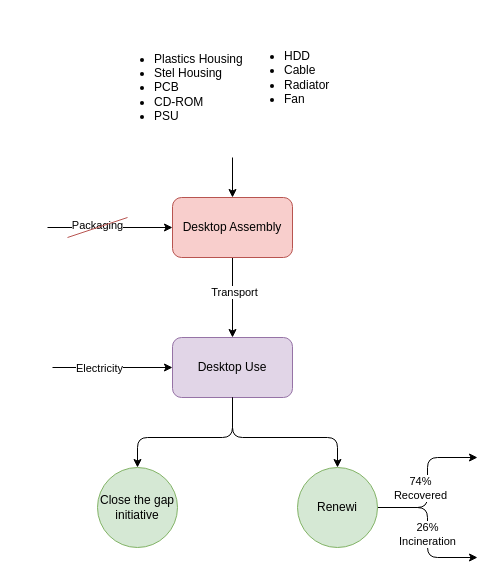
This is page "Desktop" (2 of 5) of process/hardware_KUL.drawio from Tfloow/Ecodesign, a draw.io file, before an edit. Source tidied: cells renumbered, new cells numbered last; positions are measured from the earlier drawing's top-left corner, leaving out a move shared by most shapes. Both pictures are drawn from the tidied source at 100%, with x=0, y=0 at pixel (47, 17).
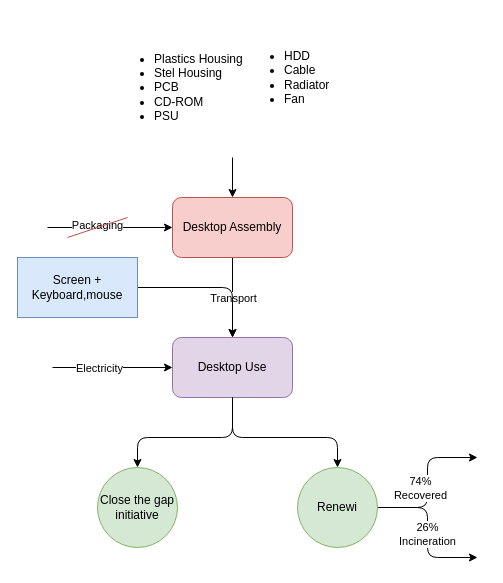
After the change.

The change refers to these unchanged cells:
```xml
<mxCell id="2" style="edgeStyle=none;html=1;entryX=0.5;entryY=0;entryDx=0;entryDy=0;" parent="1" edge="1" source="4" target="7">
  <mxGeometry relative="1" as="geometry" />
</mxCell>
<mxCell id="7" value="Desktop Use" style="rounded=1;whiteSpace=wrap;html=1;fillColor=#e1d5e7;strokeColor=#9673a6;" parent="1" vertex="1">
  <mxGeometry x="125" y="320" width="120" height="60" as="geometry" />
</mxCell>
```

The edit, as a diff of the source:
```diff
@@
     <mxCell id="3" value="Transport" style="edgeLabel;html=1;align=center;verticalAlign=middle;" parent="2" vertex="1">
-      <mxGeometry x="-0.15" y="1" relative="1" as="geometry" />
+      <mxGeometry x="-0.15" y="1" relative="1" as="geometry">
+        <mxPoint x="-1" y="6" as="offset" />
+      </mxGeometry>
     </mxCell>
@@
+    <mxCell id="22" style="edgeStyle=none;html=1;entryX=0.5;entryY=0;entryDx=0;entryDy=0;" parent="1" edge="1" source="23" target="7">
+      <mxGeometry relative="1" as="geometry">
+        <Array as="points">
+          <mxPoint x="185" y="270" />
+        </Array>
+      </mxGeometry>
+    </mxCell>
+    <mxCell id="23" value="Screen + Keyboard,mouse" style="whiteSpace=wrap;html=1;fillColor=#dae8fc;strokeColor=#6c8ebf;" parent="1" vertex="1">
+      <mxGeometry x="-30" y="240" width="120" height="60" as="geometry" />
+    </mxCell>
```
